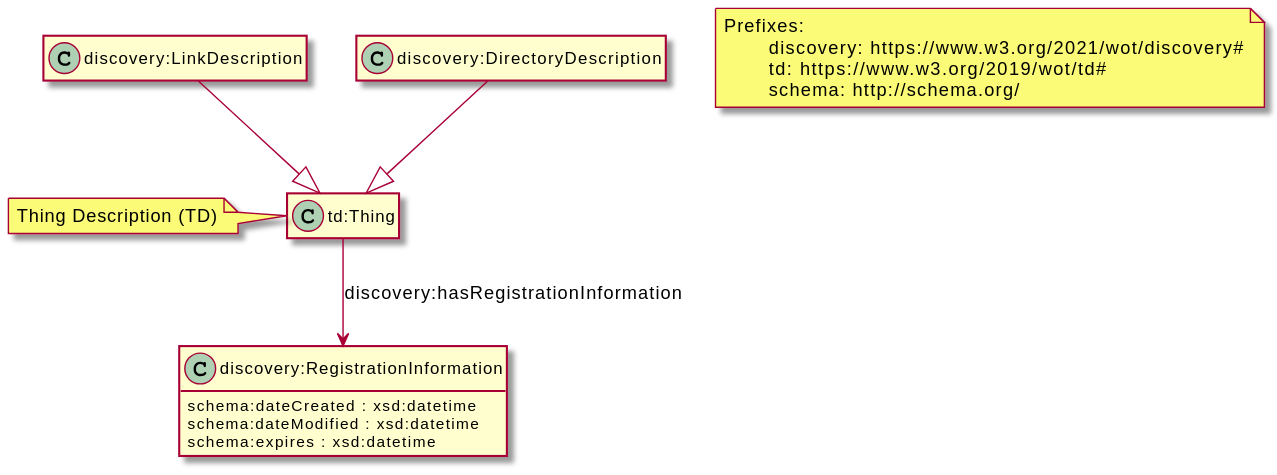
Earlier version of the PlantUML export images/directory-td-class-diagram.svg (w3c/wot-discovery).
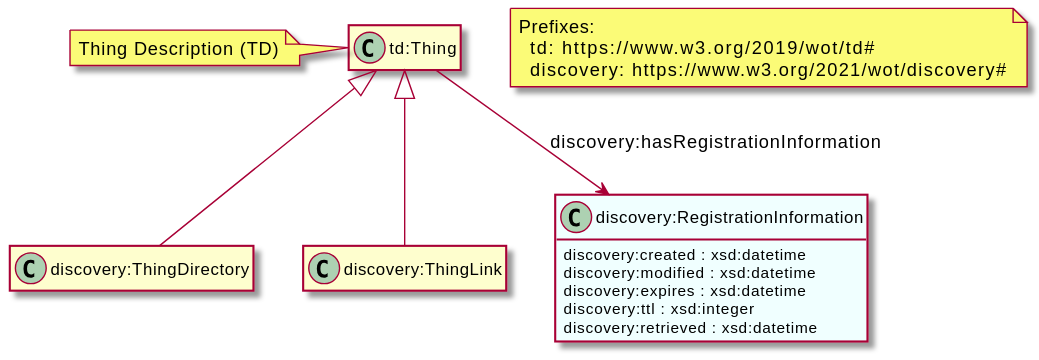
The same file after the commit.

Commit message:
consolidated diagrams

Diff of the diagram source:
```diff
@@ -1,25 +1,29 @@
 @startuml
 hide members
-class "td:Thing"
+class Thing as "td:Thing"
+class ThingDirectory as "discovery:ThingDirectory"
+class ThingLink as "discovery:ThingLink"
 
-class "discovery:RegistrationInformation" {
-  schema:dateCreated : xsd:datetime
-  schema:dateModified : xsd:datetime
-  schema:expires : xsd:datetime
+class RegInfo as "discovery:RegistrationInformation" #Azure {
+  discovery:created : xsd:datetime
+  discovery:modified : xsd:datetime
+  discovery:expires : xsd:datetime
+  discovery:ttl : xsd:integer
+  discovery:retrieved : xsd:datetime
 }
+show RegInfo attributes
 
-
-note left of "td:Thing"
+note left of Thing
   Thing Description (TD)
 end note
 
+Thing <|-- ThingDirectory
+Thing <|-- ThingLink
+Thing --> RegInfo : "discovery:hasRegistrationInformation"
 
-"td:Thing" --> "discovery:RegistrationInformation" : "discovery:hasRegistrationInformation"
-
-
-"discovery:LinkDescription" --|> "td:Thing"
-"discovery:DirectoryDescription" --|> "td:Thing"
-
-show "discovery:RegistrationInformation" attributes
-note "Prefixes:\n\tdiscovery: https://www.w3.org/2021/wot/discovery#\n\ttd: https://www.w3.org/2019/wot/td#\n\tschema: http://schema.org/" as N1
+note as Prefixes
+Prefixes:
+  td: https://www.w3.org/2019/wot/td#
+  discovery: https://www.w3.org/2021/wot/discovery#
+end note
 @enduml
```
